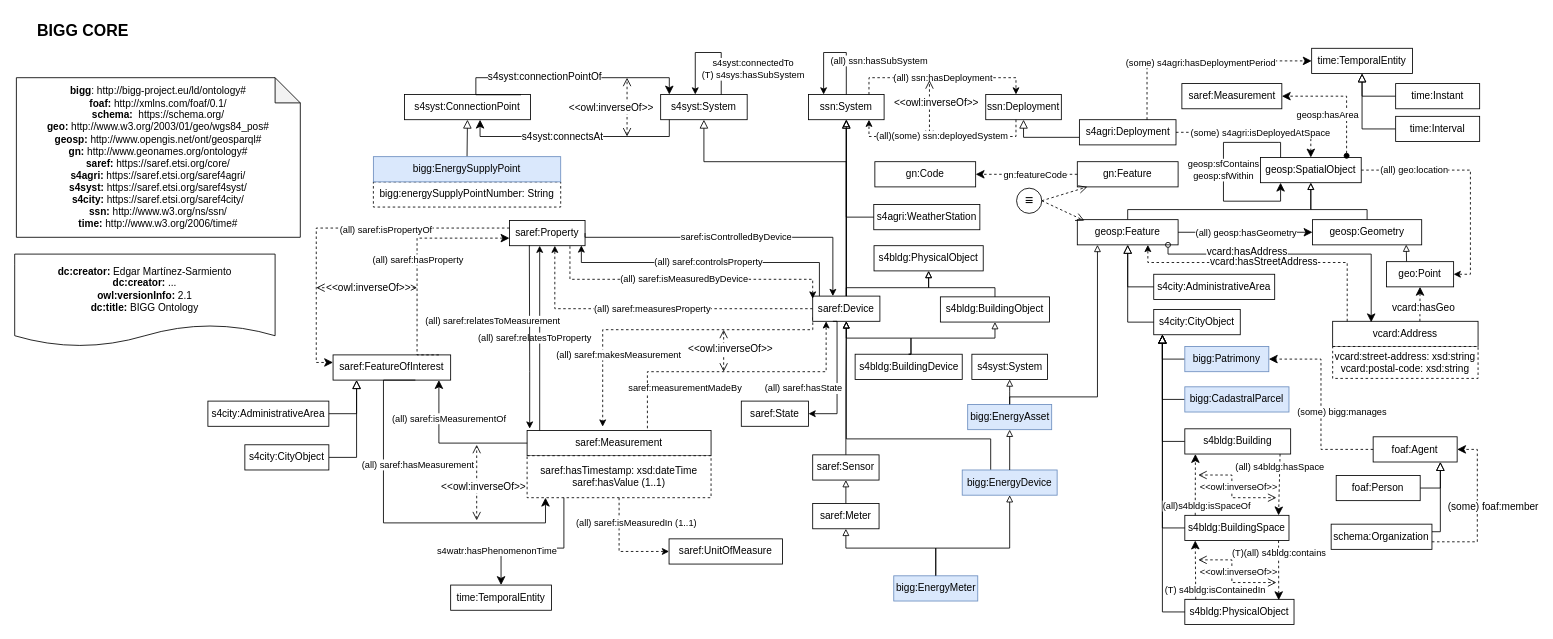
The draw.io diagram BIGGv2.1/conceptualization/ontology.drawio in biggproject/Ontology, before the edit. Source tidied: cells renumbered, new cells numbered last; positions are measured from the earlier drawing's top-left corner, leaving out a move shared by most shapes. Both pictures are drawn from the tidied source at 84%, with x=0, y=0 at pixel (14, 14).
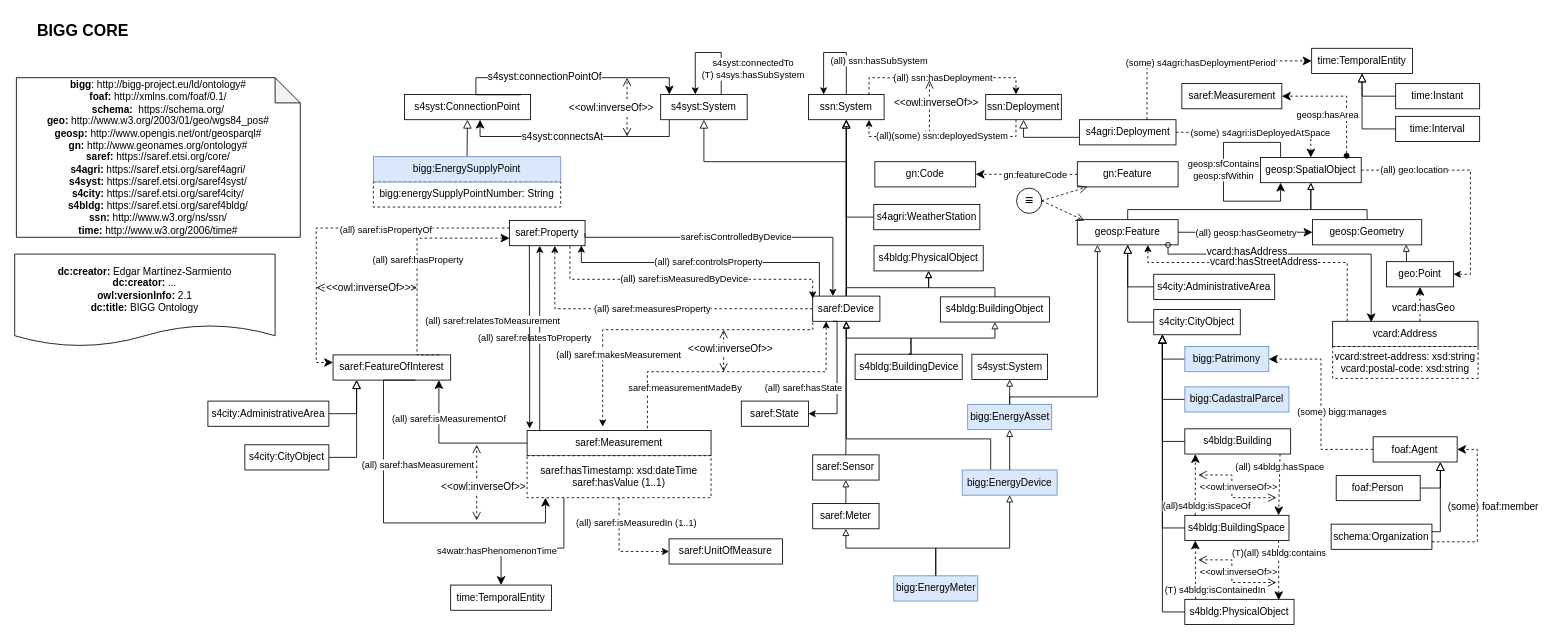
The same diagram, later.

Commit message (it also covers changes not shown here):
bigg4proj figure and ttl updates

What changed in the source:
```diff
@@
-    <mxCell id="23" value="&lt;div&gt;&lt;b&gt;bigg&lt;/b&gt;: http://bigg-project.eu/ld/ontology#&lt;/div&gt;&lt;div&gt;&lt;span style=&quot;font-size: 12px;&quot;&gt;&lt;b&gt;foaf:&amp;nbsp;&lt;/b&gt;http://xmlns.com/foaf/0.1/&lt;/span&gt;&lt;br&gt;&lt;/div&gt;&lt;div&gt;&lt;span style=&quot;font-size: 12px;&quot;&gt;&lt;b&gt;schema:&amp;nbsp;&amp;nbsp;&lt;/b&gt;https://schema.org/&lt;/span&gt;&lt;/div&gt;&lt;b&gt;geo&lt;/b&gt;&lt;b&gt;:&lt;/b&gt;&lt;span&gt;&amp;nbsp;&lt;/span&gt;http://www.w3.org/2003/01/geo/wgs84_pos#&lt;br&gt;&lt;b&gt;geosp:&amp;nbsp;&lt;/b&gt;&lt;span style=&quot;font-size: 12px;&quot;&gt;http://www.opengis.net/ont/geosparql#&lt;br&gt;&lt;/span&gt;&lt;b&gt;gn:&amp;nbsp;&lt;/b&gt;&lt;span style=&quot;font-size: 12px;&quot;&gt;http://www.geonames.org/ontology#&lt;/span&gt;&lt;br&gt;&lt;b&gt;saref:&lt;/b&gt;&amp;nbsp;https://saref.etsi.org/core/&lt;br&gt;&lt;b&gt;s4agri: &lt;/b&gt;https://saref.etsi.org/saref4agri/&lt;br&gt;&lt;b&gt;s4syst:&amp;nbsp;&lt;/b&gt;&lt;span style=&quot;font-size: 12px;&quot;&gt;https://saref.etsi.org/saref4syst/&lt;br&gt;&lt;/span&gt;&lt;b&gt;s4city:&amp;nbsp;&lt;/b&gt;&lt;span style=&quot;font-size: 12px;&quot;&gt;https://saref.etsi.org/saref4city/&lt;/span&gt;&lt;br&gt;&lt;b style=&quot;font-size: 12px;&quot;&gt;ssn:&amp;nbsp;&lt;/b&gt;http://www.w3.org/ns/ssn/&lt;span style=&quot;border-color: var(--border-color);&quot;&gt;&lt;br&gt;&lt;b style=&quot;border-color: var(--border-color);&quot;&gt;time:&amp;nbsp;&lt;/b&gt;http://www.w3.org/2006/time#&lt;br style=&quot;border-color: var(--border-color);&quot;&gt;&lt;/span&gt;" style="shape=note;whiteSpace=wrap;html=1;backgroundOutline=1;darkOpacity=0.05;fillColor=#FFFFFF;" parent="1" vertex="1">
+    <mxCell id="23" value="&lt;div&gt;&lt;b&gt;bigg&lt;/b&gt;: http://bigg-project.eu/ld/ontology#&lt;/div&gt;&lt;div&gt;&lt;span style=&quot;font-size: 12px;&quot;&gt;&lt;b&gt;foaf:&amp;nbsp;&lt;/b&gt;http://xmlns.com/foaf/0.1/&lt;/span&gt;&lt;br&gt;&lt;/div&gt;&lt;div&gt;&lt;span style=&quot;font-size: 12px;&quot;&gt;&lt;b&gt;schema:&amp;nbsp;&amp;nbsp;&lt;/b&gt;https://schema.org/&lt;/span&gt;&lt;/div&gt;&lt;b&gt;geo&lt;/b&gt;&lt;b&gt;:&lt;/b&gt;&lt;span&gt;&amp;nbsp;&lt;/span&gt;http://www.w3.org/2003/01/geo/wgs84_pos#&lt;br&gt;&lt;b&gt;geosp:&amp;nbsp;&lt;/b&gt;&lt;span style=&quot;font-size: 12px;&quot;&gt;http://www.opengis.net/ont/geosparql#&lt;br&gt;&lt;/span&gt;&lt;b&gt;gn:&amp;nbsp;&lt;/b&gt;&lt;span style=&quot;font-size: 12px;&quot;&gt;http://www.geonames.org/ontology#&lt;/span&gt;&lt;br&gt;&lt;b&gt;saref:&lt;/b&gt;&amp;nbsp;https://saref.etsi.org/core/&lt;br&gt;&lt;b&gt;s4agri: &lt;/b&gt;https://saref.etsi.org/saref4agri/&lt;br&gt;&lt;b&gt;s4syst:&amp;nbsp;&lt;/b&gt;&lt;span style=&quot;font-size: 12px;&quot;&gt;https://saref.etsi.org/saref4syst/&lt;br&gt;&lt;/span&gt;&lt;b&gt;s4city:&amp;nbsp;&lt;/b&gt;&lt;span style=&quot;font-size: 12px;&quot;&gt;https://saref.etsi.org/saref4city/&lt;br&gt;&lt;/span&gt;&lt;b&gt;s4bldg:&amp;nbsp;&lt;/b&gt;https://saref.etsi.org/saref4bldg/&lt;br&gt;&lt;b style=&quot;font-size: 12px;&quot;&gt;ssn:&amp;nbsp;&lt;/b&gt;http://www.w3.org/ns/ssn/&lt;span style=&quot;border-color: var(--border-color);&quot;&gt;&lt;br&gt;&lt;b style=&quot;border-color: var(--border-color);&quot;&gt;time:&amp;nbsp;&lt;/b&gt;http://www.w3.org/2006/time#&lt;br style=&quot;border-color: var(--border-color);&quot;&gt;&lt;/span&gt;" style="shape=note;whiteSpace=wrap;html=1;backgroundOutline=1;darkOpacity=0.05;fillColor=#FFFFFF;" parent="1" vertex="1">
       <mxGeometry x="2" y="75" width="338" height="190" as="geometry" />
     </mxCell>
```
